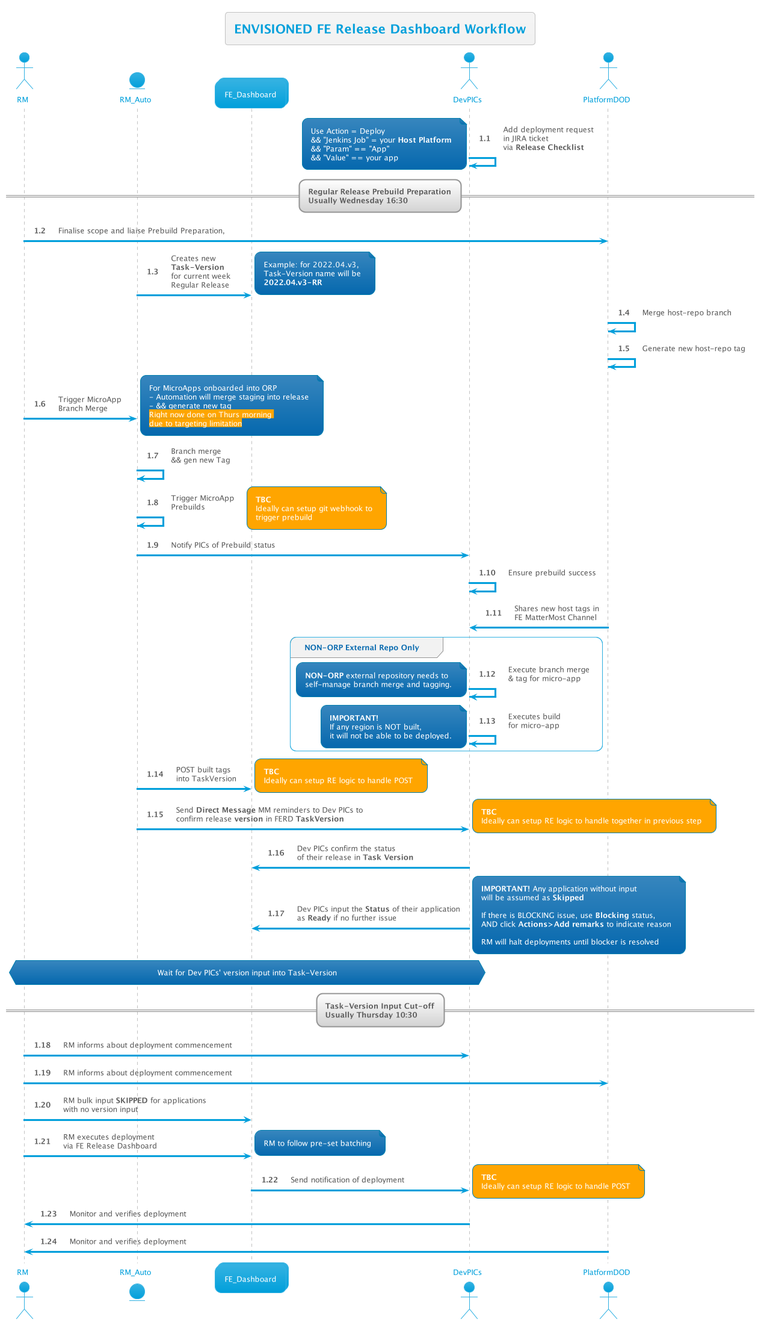
Earlier version of the PlantUML export out/FE Release Dashboard/IdealWorkflow/1/1.png (thetomitomo/diagrams).
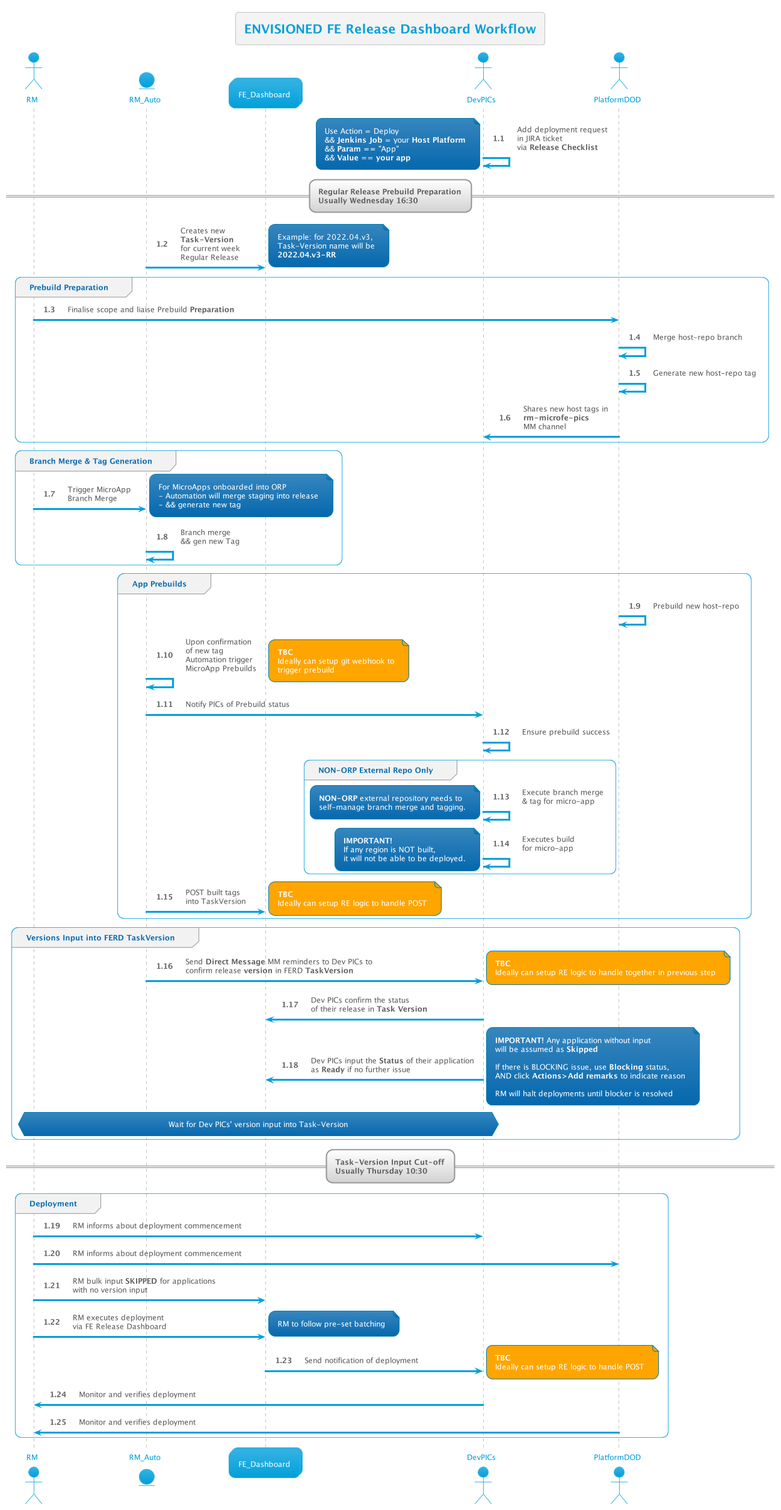
The same file after the commit.

The edit, as a diff of the source:
```diff
@@ -8,14 +8,12 @@
 DevPICs -> DevPICs : Add deployment request\nin JIRA ticket\nvia <b>Release Checklist</b>
 note left
     Use Action = Deploy
-    && "Jenkins Job" = your <b>Host Platform</b>
-    && "Param" == "App"
-    && "Value" == your app
+    && **Jenkins Job** = your <b>Host Platform</b>
+    && **Param** == "App"
+    && **Value** == **your app**
 end note
 
 == Regular Release Prebuild Preparation\nUsually Wednesday 16:30  ==
-
-RM -> PlatformDOD : Finalise scope and liaise Prebuild Preparation,
 
 RM_Auto -> Dash : Creates new \n<b>Task-Version</b>\nfor current week\nRegular Release
 note right
@@ -23,86 +21,98 @@
     Task-Version name will be
     <b>2022.04.v3-RR</b>
 end note
-PlatformDOD -> PlatformDOD : Merge host-repo branch
-PlatformDOD -> PlatformDOD : Generate new host-repo tag
-RM -> RM_Auto : Trigger MicroApp\nBranch Merge
-note right
-    For MicroApps onboarded into ORP
-    - Automation will merge staging into release
-    - && generate new tag
-    <back:orange>Right now done on Thurs morning </back>
-    <back:orange>due to targeting limitation</back>
-end note
 
-RM_Auto -> RM_Auto : Branch merge\n&& gen new Tag
-RM_Auto -> RM_Auto : Trigger MicroApp\nPrebuilds
-note right #Orange
-    **TBC**
-    Ideally can setup git webhook to
-    trigger prebuild
-end note
-RM_Auto -> DevPICs : Notify PICs of Prebuild status
-DevPICs -> DevPICs : Ensure prebuild success
+group Prebuild Preparation
+    RM -> PlatformDOD : Finalise scope and liaise Prebuild **Preparation**
+    PlatformDOD -> PlatformDOD : Merge host-repo branch
+    PlatformDOD -> PlatformDOD : Generate new host-repo tag
+    PlatformDOD->DevPICs : Shares new host tags in\n<b>rm-microfe-pics</b>\nMM channel
+end
 
-PlatformDOD->DevPICs : Shares new host tags in\nFE MatterMost Channel
-
-group NON-ORP External Repo Only
-    DevPICs -> DevPICs : Execute branch merge\n& tag for micro-app
-    note left
-        <b>NON-ORP</b> external repository needs to
-        self-manage branch merge and tagging.
+group Branch Merge & Tag Generation
+    RM -> RM_Auto : Trigger MicroApp\nBranch Merge
+    note right
+        For MicroApps onboarded into ORP
+        - Automation will merge staging into release
+        - && generate new tag
     end note
 
-    DevPICs -> DevPICs : Executes build\nfor micro-app
-    note left
-        <b>IMPORTANT!</b>
-        If any region is NOT built,
-        it will not be able to be deployed.
+    RM_Auto -> RM_Auto : Branch merge\n&& gen new Tag
+end
+
+group App Prebuilds
+    PlatformDOD -> PlatformDOD : Prebuild new host-repo
+    RM_Auto -> RM_Auto : Upon confirmation\nof new tag\nAutomation trigger\nMicroApp Prebuilds
+    note right #Orange
+        **TBC**
+        Ideally can setup git webhook to
+        trigger prebuild
+    end note
+    RM_Auto -> DevPICs : Notify PICs of Prebuild status
+    DevPICs -> DevPICs : Ensure prebuild success
+
+    group NON-ORP External Repo Only
+        DevPICs -> DevPICs : Execute branch merge\n& tag for micro-app
+        note left
+            <b>NON-ORP</b> external repository needs to
+            self-manage branch merge and tagging.
+        end note
+
+        DevPICs -> DevPICs : Executes build\nfor micro-app
+        note left
+            <b>IMPORTANT!</b>
+            If any region is NOT built,
+            it will not be able to be deployed.
+        end note
+    end
+    RM_Auto -> Dash : POST built tags\ninto TaskVersion
+    note right #Orange
+        **TBC**
+        Ideally can setup RE logic to handle POST
     end note
 end
 
-RM_Auto -> Dash : POST built tags\ninto TaskVersion
-note right #Orange
-    **TBC**
-    Ideally can setup RE logic to handle POST
-end note
-RM_Auto -> DevPICs : Send **Direct Message** MM reminders to Dev PICs to\nconfirm release **version** in FERD **TaskVersion**
-note right #Orange
-    **TBC**
-    Ideally can setup RE logic to handle together in previous step
-end note
+group Versions Input into FERD TaskVersion
+    RM_Auto -> DevPICs : Send **Direct Message** MM reminders to Dev PICs to\nconfirm release **version** in FERD **TaskVersion**
+    note right #Orange
+        **TBC**
+        Ideally can setup RE logic to handle together in previous step
+    end note
 
-DevPICs -> Dash : Dev PICs confirm the status \nof their release in <b>Task Version</b>
-DevPICs -> Dash : Dev PICs input the <b>Status</b> of their application\nas <b>Ready</b> if no further issue
-note right
-    <b>IMPORTANT!</b> Any application without input
-    will be assumed as <b>Skipped</b>
+    DevPICs -> Dash : Dev PICs confirm the status \nof their release in <b>Task Version</b>
+    DevPICs -> Dash : Dev PICs input the <b>Status</b> of their application\nas <b>Ready</b> if no further issue
+    note right
+        <b>IMPORTANT!</b> Any application without input
+        will be assumed as <b>Skipped</b>
 
-    If there is BLOCKING issue, use <b>Blocking</b> status,
-    AND click <b>Actions>Add remarks</b> to indicate reason
+        If there is BLOCKING issue, use <b>Blocking</b> status,
+        AND click <b>Actions>Add remarks</b> to indicate reason
 
-    RM will halt deployments until blocker is resolved
-end note
+        RM will halt deployments until blocker is resolved
+    end note
 
-hnote over RM,DevPICs: Wait for Dev PICs' version input into Task-Version
+    hnote over RM,DevPICs: Wait for Dev PICs' version input into Task-Version
+end
 
 == Task-Version Input Cut-off\nUsually Thursday 10:30  ==
 
-RM -> DevPICs : RM informs about deployment commencement
-RM -> PlatformDOD : RM informs about deployment commencement
-RM -> Dash : RM bulk input <b>SKIPPED</b> for applications\nwith no version input
+group Deployment
+    RM -> DevPICs : RM informs about deployment commencement
+    RM -> PlatformDOD : RM informs about deployment commencement
+    RM -> Dash : RM bulk input <b>SKIPPED</b> for applications\nwith no version input
 
-RM -> Dash : RM executes deployment\nvia FE Release Dashboard
-note right
-    RM to follow pre-set batching
-end note
-Dash -> DevPICs : Send notification of deployment
-note right #Orange
-    **TBC**
-    Ideally can setup RE logic to handle POST
-end note
+    RM -> Dash : RM executes deployment\nvia FE Release Dashboard
+    note right
+        RM to follow pre-set batching
+    end note
+    Dash -> DevPICs : Send notification of deployment
+    note right #Orange
+        **TBC**
+        Ideally can setup RE logic to handle POST
+    end note
 
-DevPICs -> RM : Monitor and verifies deployment
-PlatformDOD -> RM : Monitor and verifies deployment
+    DevPICs -> RM : Monitor and verifies deployment
+    PlatformDOD -> RM : Monitor and verifies deployment
+end
 
 @enduml
```
